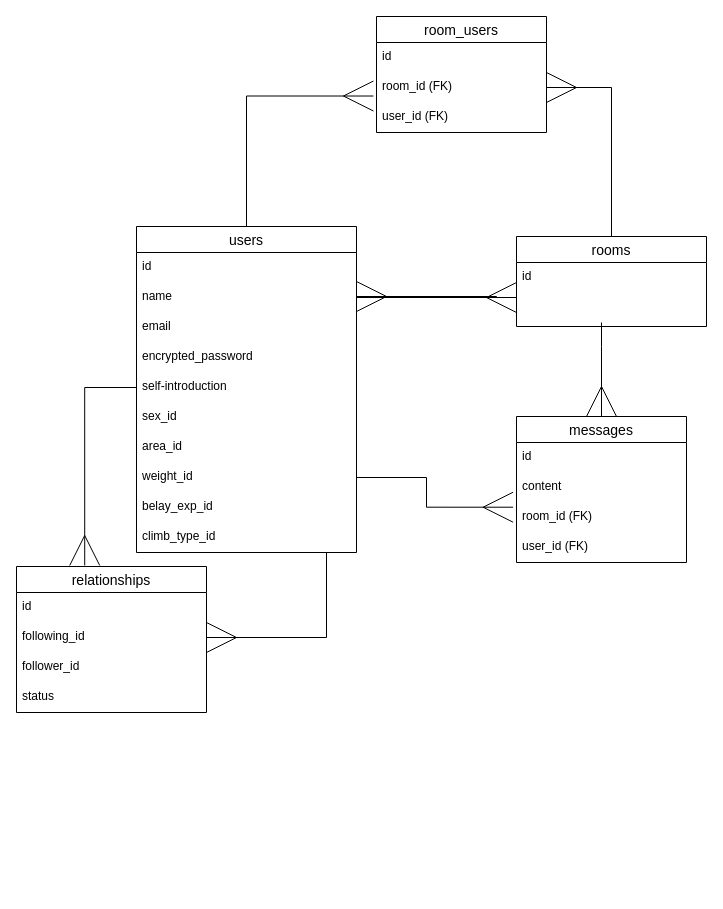
Above: climber-app.dio in ttaroo1217/climber-app (draw.io), before the change. Source tidied: cells renumbered, new cells numbered last; positions are measured from the earlier drawing's top-left corner, leaving out a move shared by most shapes. Both pictures are drawn from the tidied source at 100%, with x=0, y=0 at pixel (16, 16).
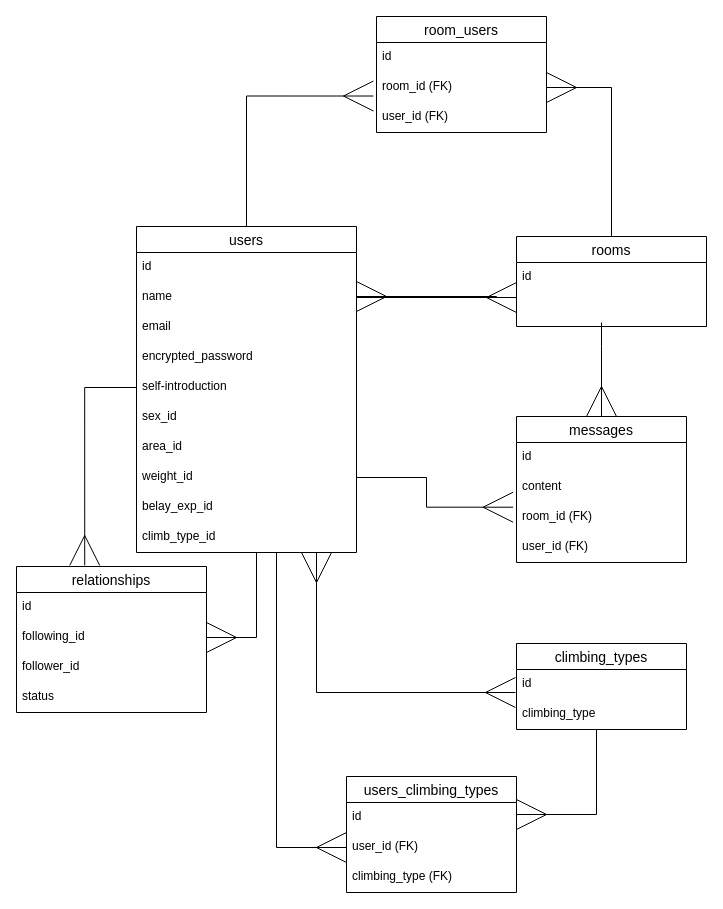
Above is the later version.

The change refers to these unchanged cells:
```xml
<mxCell id="6" value="following_id" style="text;strokeColor=none;fillColor=none;spacingLeft=4;spacingRight=4;overflow=hidden;points=[[0,0.5],[1,0.5]];portConstraint=eastwest;fontSize=12;" parent="4" vertex="1">
  <mxGeometry y="56" width="190" height="30" as="geometry" />
</mxCell>
<mxCell id="20" value="climb_type_id" style="text;strokeColor=none;fillColor=none;spacingLeft=4;spacingRight=4;overflow=hidden;points=[[0,0.5],[1,0.5]];portConstraint=eastwest;fontSize=12;" parent="10" vertex="1">
  <mxGeometry y="296" width="220" height="30" as="geometry" />
</mxCell>
```

Diff of the diagram source:
```diff
@@
     <mxCell id="3" style="edgeStyle=orthogonalEdgeStyle;rounded=0;jettySize=auto;html=1;endArrow=ERmany;endFill=0;endSize=28;entryX=1;entryY=0.5;entryDx=0;entryDy=0;" parent="1" edge="1" source="20" target="6">
       <mxGeometry relative="1" as="geometry">
         <Array as="points">
-          <mxPoint x="310" y="621" />
+          <mxPoint x="240" y="621" />
         </Array>
       </mxGeometry>
     </mxCell>
@@
+    <mxCell id="37" value="users_climbing_types" style="swimlane;fontStyle=0;horizontal=1;startSize=26;align=center;fontSize=14;" parent="1" vertex="1">
+      <mxGeometry x="330" y="760" width="170" height="116" as="geometry" />
+    </mxCell>
+    <mxCell id="38" value="id" style="text;strokeColor=none;fillColor=none;spacingLeft=4;spacingRight=4;overflow=hidden;points=[[0,0.5],[1,0.5]];portConstraint=eastwest;fontSize=12;" parent="37" vertex="1">
+      <mxGeometry y="26" width="170" height="30" as="geometry" />
+    </mxCell>
+    <mxCell id="39" value="user_id (FK)" style="text;strokeColor=none;fillColor=none;spacingLeft=4;spacingRight=4;overflow=hidden;points=[[0,0.5],[1,0.5]];portConstraint=eastwest;fontSize=12;" parent="37" vertex="1">
+      <mxGeometry y="56" width="170" height="30" as="geometry" />
+    </mxCell>
+    <mxCell id="40" value="climbing_type (FK)" style="text;strokeColor=none;fillColor=none;spacingLeft=4;spacingRight=4;overflow=hidden;fontSize=12;" parent="37" vertex="1">
+      <mxGeometry y="86" width="170" height="30" as="geometry" />
+    </mxCell>
+    <mxCell id="41" value="climbing_types" style="swimlane;fontStyle=0;horizontal=1;startSize=26;align=center;fontSize=14;" parent="1" vertex="1">
+      <mxGeometry x="500" y="627" width="170" height="86" as="geometry" />
+    </mxCell>
+    <mxCell id="42" value="id" style="text;strokeColor=none;fillColor=none;spacingLeft=4;spacingRight=4;overflow=hidden;points=[[0,0.5],[1,0.5]];portConstraint=eastwest;fontSize=12;" parent="41" vertex="1">
+      <mxGeometry y="26" width="170" height="30" as="geometry" />
+    </mxCell>
+    <mxCell id="43" value="climbing_type" style="text;strokeColor=none;fillColor=none;spacingLeft=4;spacingRight=4;overflow=hidden;fontSize=12;" parent="41" vertex="1">
+      <mxGeometry y="56" width="170" height="30" as="geometry" />
+    </mxCell>
+    <mxCell id="44" style="edgeStyle=orthogonalEdgeStyle;rounded=0;jettySize=auto;html=1;endArrow=ERmany;endFill=0;endSize=28;entryX=0;entryY=0.5;entryDx=0;entryDy=0;" parent="1" edge="1" target="39">
+      <mxGeometry relative="1" as="geometry">
+        <mxPoint x="270" y="536" as="sourcePoint" />
+        <Array as="points">
+          <mxPoint x="260" y="536" />
+          <mxPoint x="260" y="831" />
+        </Array>
+      </mxGeometry>
+    </mxCell>
+    <mxCell id="45" style="edgeStyle=orthogonalEdgeStyle;rounded=0;jettySize=auto;html=1;endArrow=ERmany;endFill=0;endSize=28;" parent="1" edge="1" target="38">
+      <mxGeometry relative="1" as="geometry">
+        <mxPoint x="580" y="713" as="sourcePoint" />
+        <Array as="points">
+          <mxPoint x="580" y="798" />
+        </Array>
+      </mxGeometry>
+    </mxCell>
+    <mxCell id="46" style="edgeStyle=orthogonalEdgeStyle;rounded=0;jettySize=auto;html=1;endArrow=ERmany;endFill=0;endSize=28;entryX=-0.006;entryY=0.767;entryDx=0;entryDy=0;entryPerimeter=0;" parent="1" edge="1" target="42">
+      <mxGeometry relative="1" as="geometry">
+        <mxPoint x="300" y="536" as="sourcePoint" />
+        <Array as="points">
+          <mxPoint x="300" y="676" />
+        </Array>
+      </mxGeometry>
+    </mxCell>
+    <mxCell id="47" style="rounded=0;orthogonalLoop=1;jettySize=auto;html=1;endArrow=ERmany;endFill=0;endSize=28;" parent="1" edge="1">
+      <mxGeometry relative="1" as="geometry">
+        <mxPoint x="300" y="636" as="sourcePoint" />
+        <mxPoint x="300" y="536" as="targetPoint" />
+        <Array as="points">
+          <mxPoint x="300" y="636" />
+        </Array>
+      </mxGeometry>
+    </mxCell>
```
